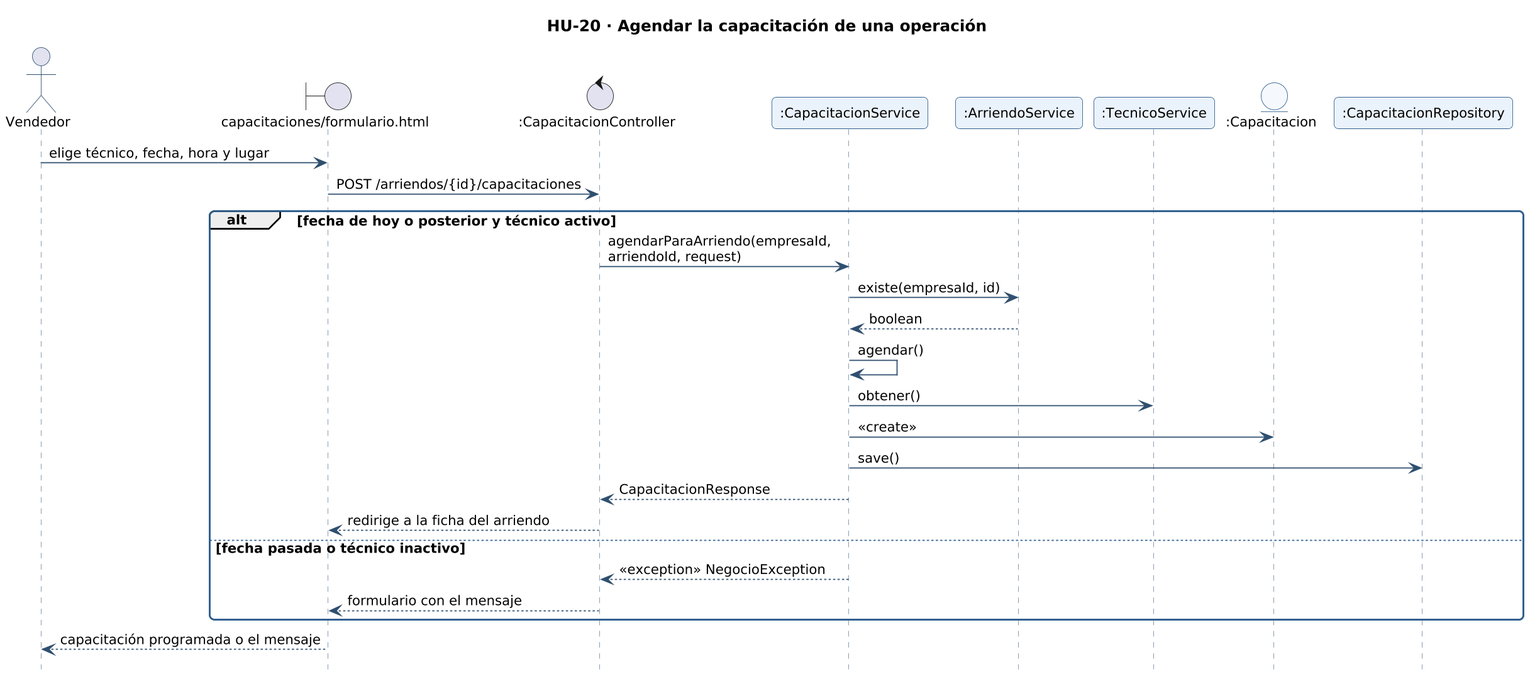
Above: docs/diagramas/secuencia-hu-20.png in gonzaloarenasduoc/Mira (PlantUML), before the change. Source of this version:
```plantuml
@startuml secuencia-hu-20
!include _estilo.iuml
hide footbox
skinparam maxMessageSize 260
skinparam sequenceMessageAlign left
title HU-20 · Agendar la capacitación de una operación
actor "Vendedor" as A
boundary "capacitaciones/formulario.html" as L_VISTA_capacitaciones_formulario
control ":CapacitacionController" as L_CapacitacionController
participant ":CapacitacionService" as L_CapacitacionService
participant ":ArriendoService" as L_ArriendoService
participant ":TecnicoService" as L_TecnicoService
entity ":Capacitacion" as L_Capacitacion
participant ":CapacitacionRepository" as L_CapacitacionRepository
A -> L_VISTA_capacitaciones_formulario : elige técnico, fecha, hora y lugar
L_VISTA_capacitaciones_formulario -> L_CapacitacionController : POST /arriendos/{id}/capacitaciones
alt fecha de hoy o posterior y técnico activo
L_CapacitacionController -> L_CapacitacionService : agendarParaArriendo(empresaId, arriendoId, request)
L_CapacitacionService -> L_ArriendoService : existe(empresaId, id)
L_ArriendoService --> L_CapacitacionService : boolean
L_CapacitacionService -> L_CapacitacionService : agendar()
L_CapacitacionService -> L_TecnicoService : obtener()
L_CapacitacionService -> L_Capacitacion : <<create>>
L_CapacitacionService -> L_CapacitacionRepository : save()
L_CapacitacionService --> L_CapacitacionController : CapacitacionResponse
L_CapacitacionController --> L_VISTA_capacitaciones_formulario : redirige a la ficha del arriendo
else fecha pasada o técnico inactivo
L_CapacitacionService --> L_CapacitacionController : <<exception>> NegocioException
L_CapacitacionController --> L_VISTA_capacitaciones_formulario : formulario con el mensaje
end
L_VISTA_capacitaciones_formulario --> A : capacitación programada o el mensaje
@enduml
```
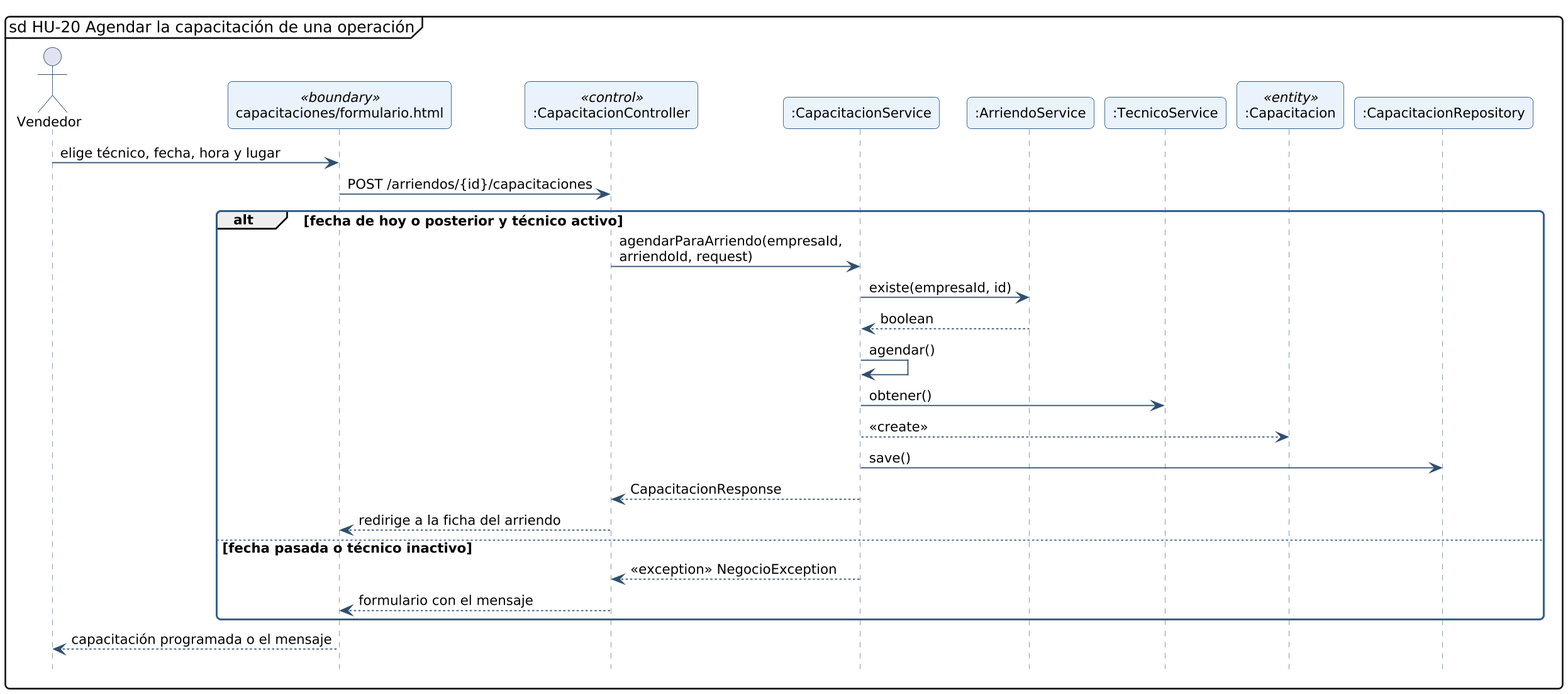
Later version of the same file.

The edit, as a diff of the source:
```diff
@@ -3,14 +3,14 @@
 hide footbox
 skinparam maxMessageSize 260
 skinparam sequenceMessageAlign left
-title HU-20 · Agendar la capacitación de una operación
+mainframe sd HU-20 Agendar la capacitación de una operación
 actor "Vendedor" as A
-boundary "capacitaciones/formulario.html" as L_VISTA_capacitaciones_formulario
-control ":CapacitacionController" as L_CapacitacionController
+participant "capacitaciones/formulario.html" as L_VISTA_capacitaciones_formulario <<boundary>>
+participant ":CapacitacionController" as L_CapacitacionController <<control>>
 participant ":CapacitacionService" as L_CapacitacionService
 participant ":ArriendoService" as L_ArriendoService
 participant ":TecnicoService" as L_TecnicoService
-entity ":Capacitacion" as L_Capacitacion
+participant ":Capacitacion" as L_Capacitacion <<entity>>
 participant ":CapacitacionRepository" as L_CapacitacionRepository
 A -> L_VISTA_capacitaciones_formulario : elige técnico, fecha, hora y lugar
 L_VISTA_capacitaciones_formulario -> L_CapacitacionController : POST /arriendos/{id}/capacitaciones
@@ -20,7 +20,7 @@
 L_ArriendoService --> L_CapacitacionService : boolean
 L_CapacitacionService -> L_CapacitacionService : agendar()
 L_CapacitacionService -> L_TecnicoService : obtener()
-L_CapacitacionService -> L_Capacitacion : <<create>>
+L_CapacitacionService --> L_Capacitacion : <<create>>
 L_CapacitacionService -> L_CapacitacionRepository : save()
 L_CapacitacionService --> L_CapacitacionController : CapacitacionResponse
 L_CapacitacionController --> L_VISTA_capacitaciones_formulario : redirige a la ficha del arriendo
```
